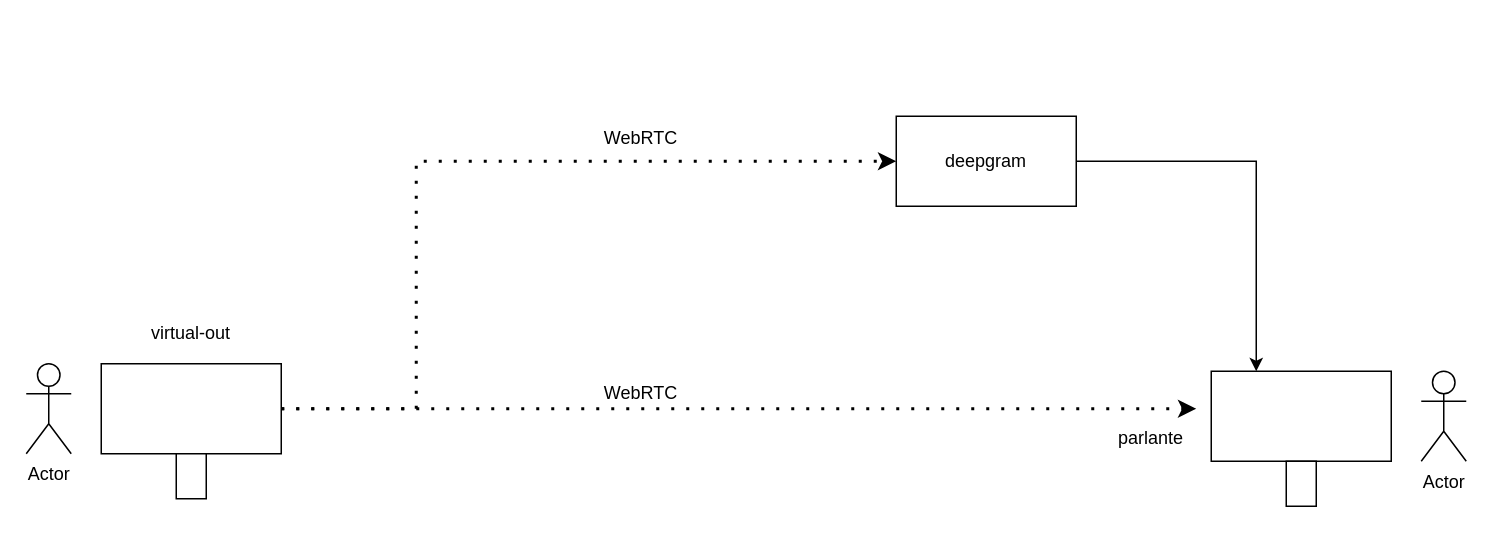
Before: streaming/Untitled Diagram.drawio in janezmedi/drawio, a draw.io diagram. Source tidied: cells renumbered, new cells numbered last; positions are measured from the earlier drawing's top-left corner, leaving out a move shared by most shapes. Both pictures are drawn from the tidied source at 150%, with x=0, y=0 at pixel (26, 116).
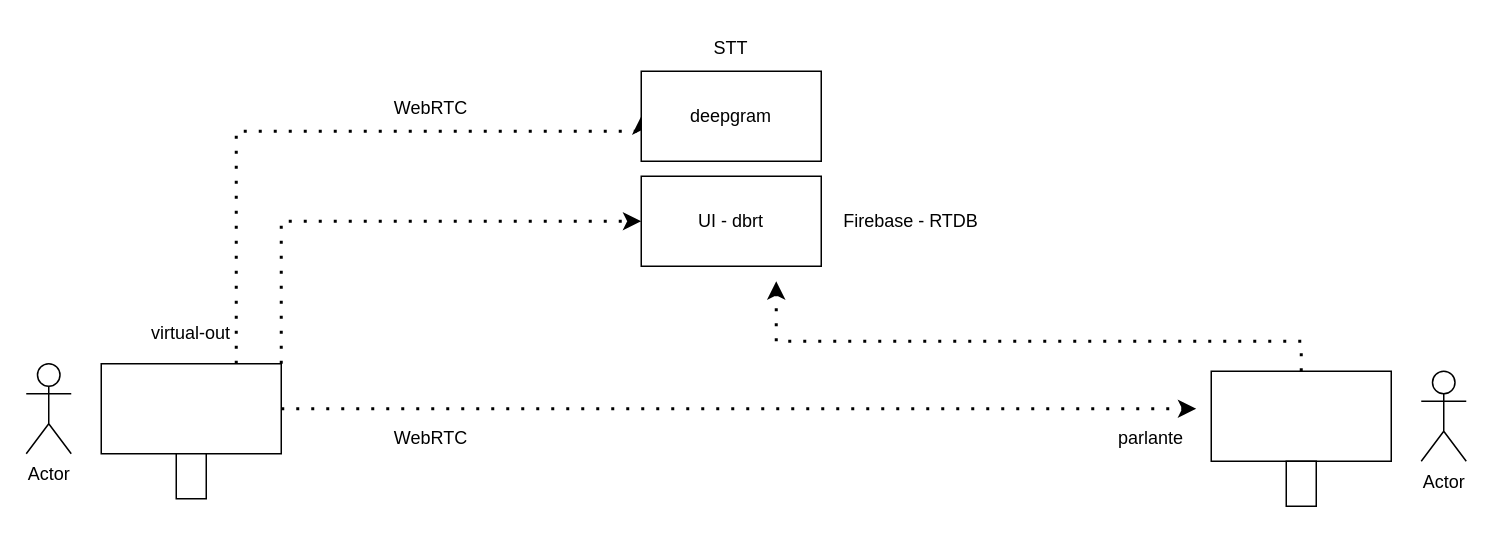
The same diagram, later.

The change refers to these unchanged cells:
```xml
<mxCell id="4" style="rounded=0;whiteSpace=wrap;html=1;" parent="1" vertex="1">
  <mxGeometry x="50" y="165" width="120" height="60" as="geometry" />
</mxCell>
<mxCell id="7" style="rounded=0;whiteSpace=wrap;html=1;" parent="1" vertex="1">
  <mxGeometry x="790" y="170" width="120" height="60" as="geometry" />
</mxCell>
```

The edit, as a diff of the source:
```diff
@@
     <mxCell id="3" style="edgeStyle=orthogonalEdgeStyle;rounded=0;jettySize=auto;html=1;entryX=0;entryY=0.5;entryDx=0;entryDy=0;dashed=1;strokeWidth=2;dashPattern=1 4;flowAnimation=1;" parent="1" edge="1" source="4" target="13">
       <mxGeometry relative="1" as="geometry">
         <Array as="points">
-          <mxPoint x="260" y="195" />
-          <mxPoint x="260" y="30" />
+          <mxPoint x="140" y="10" />
+          <mxPoint x="410" y="10" />
         </Array>
       </mxGeometry>
     </mxCell>
+    <mxCell id="16" style="edgeStyle=orthogonalEdgeStyle;rounded=0;jettySize=auto;html=1;exitX=1;exitY=0;exitDx=0;exitDy=0;entryX=0;entryY=0.5;entryDx=0;entryDy=0;dashed=1;dashPattern=1 4;strokeWidth=2;flowAnimation=1;" parent="1" edge="1" source="4" target="19">
+      <mxGeometry relative="1" as="geometry" />
+    </mxCell>
@@
+    <mxCell id="17" style="edgeStyle=orthogonalEdgeStyle;rounded=0;jettySize=auto;html=1;strokeWidth=2;dashed=1;dashPattern=1 4;flowAnimation=1;" parent="1" edge="1" source="7">
+      <mxGeometry relative="1" as="geometry">
+        <mxPoint x="500" y="110" as="targetPoint" />
+        <Array as="points">
+          <mxPoint x="850" y="150" />
+          <mxPoint x="500" y="150" />
+        </Array>
+      </mxGeometry>
+    </mxCell>
@@
-    <mxCell id="12" style="edgeStyle=orthogonalEdgeStyle;rounded=0;jettySize=auto;html=1;entryX=0.25;entryY=0;entryDx=0;entryDy=0;" parent="1" edge="1" source="13" target="7">
-      <mxGeometry relative="1" as="geometry" />
-    </mxCell>
     <mxCell id="13" value="deepgram" style="rounded=0;whiteSpace=wrap;html=1;" parent="1" vertex="1">
-      <mxGeometry x="580" width="120" height="60" as="geometry" />
+      <mxGeometry x="410" y="-30" width="120" height="60" as="geometry" />
     </mxCell>
     <mxCell id="14" value="WebRTC" style="text;html=1;whiteSpace=wrap;strokeColor=none;fillColor=none;align=center;verticalAlign=middle;rounded=0;" parent="1" vertex="1">
-      <mxGeometry x="380" y="170" width="60" height="30" as="geometry" />
+      <mxGeometry x="240" y="200" width="60" height="30" as="geometry" />
     </mxCell>
     <mxCell id="15" value="WebRTC" style="text;html=1;whiteSpace=wrap;strokeColor=none;fillColor=none;align=center;verticalAlign=middle;rounded=0;" parent="1" vertex="1">
-      <mxGeometry x="380" width="60" height="30" as="geometry" />
+      <mxGeometry x="240" y="-20" width="60" height="30" as="geometry" />
     </mxCell>
+    <mxCell id="18" value="STT" style="text;html=1;whiteSpace=wrap;strokeColor=none;fillColor=none;align=center;verticalAlign=middle;rounded=0;" parent="1" vertex="1">
+      <mxGeometry x="440" y="-60" width="60" height="30" as="geometry" />
+    </mxCell>
+    <mxCell id="19" value="UI - dbrt" style="rounded=0;whiteSpace=wrap;html=1;" parent="1" vertex="1">
+      <mxGeometry x="410" y="40" width="120" height="60" as="geometry" />
+    </mxCell>
+    <mxCell id="20" value="Firebase - RTDB" style="text;html=1;whiteSpace=wrap;strokeColor=none;fillColor=none;align=center;verticalAlign=middle;rounded=0;" parent="1" vertex="1">
+      <mxGeometry x="540" y="55" width="100" height="30" as="geometry" />
+    </mxCell>
```
